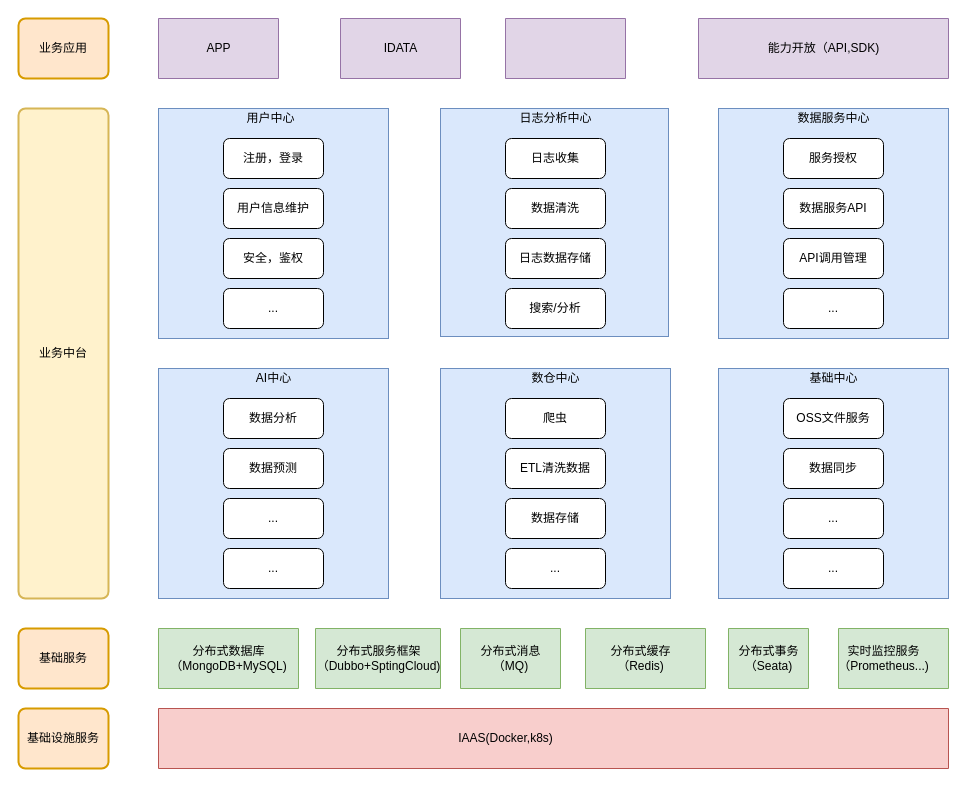
Before: Untitled Diagram.drawio in lucky-xin/doc, a draw.io diagram. Source tidied: cells renumbered, new cells numbered last; positions are measured from the earlier drawing's top-left corner, leaving out a move shared by most shapes. Both pictures are drawn from the tidied source at 100%, with x=0, y=0 at pixel (18, 18).
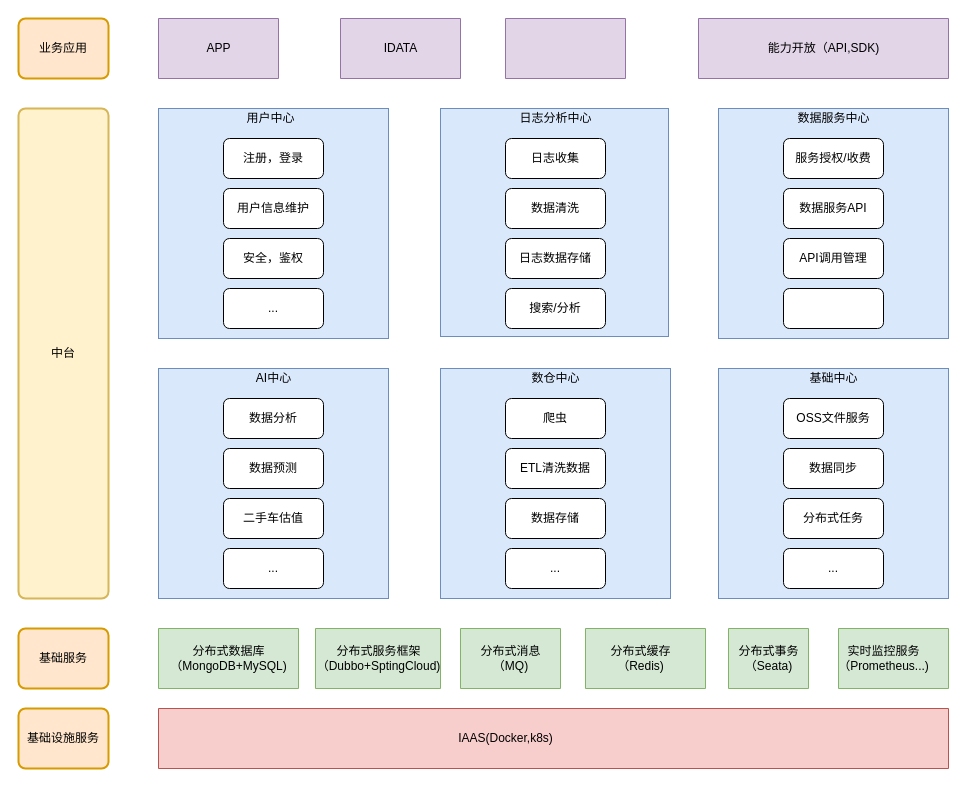
After the change.

What changed in the source:
```diff
@@
-    <mxCell id="17" value="..." style="rounded=1;whiteSpace=wrap;html=1;" parent="1" vertex="1">
+    <mxCell id="17" value="二手车估值" style="rounded=1;whiteSpace=wrap;html=1;" parent="1" vertex="1">
       <mxGeometry x="205" y="480" width="100" height="40" as="geometry" />
     </mxCell>
@@
-    <mxCell id="26" value="服务授权" style="rounded=1;whiteSpace=wrap;html=1;" parent="1" vertex="1">
+    <mxCell id="26" value="服务授权/收费" style="rounded=1;whiteSpace=wrap;html=1;" parent="1" vertex="1">
       <mxGeometry x="765" y="120" width="100" height="40" as="geometry" />
     </mxCell>
@@
-    <mxCell id="30" value="..." style="rounded=1;whiteSpace=wrap;html=1;" parent="1" vertex="1">
+    <mxCell id="30" style="rounded=1;whiteSpace=wrap;html=1;" parent="1" vertex="1">
       <mxGeometry x="765" y="270" width="100" height="40" as="geometry" />
     </mxCell>
-    <mxCell id="31" value="业务中台" style="rounded=1;whiteSpace=wrap;html=1;absoluteArcSize=1;arcSize=14;strokeWidth=2;fillColor=#fff2cc;strokeColor=#d6b656;" parent="1" vertex="1">
+    <mxCell id="31" value="中台" style="rounded=1;whiteSpace=wrap;html=1;absoluteArcSize=1;arcSize=14;strokeWidth=2;fillColor=#fff2cc;strokeColor=#d6b656;" parent="1" vertex="1">
       <mxGeometry y="90" width="90" height="490" as="geometry" />
     </mxCell>
@@
-    <mxCell id="36" value="..." style="rounded=1;whiteSpace=wrap;html=1;" parent="1" vertex="1">
+    <mxCell id="36" value="分布式任务" style="rounded=1;whiteSpace=wrap;html=1;" parent="1" vertex="1">
       <mxGeometry x="765" y="480" width="100" height="40" as="geometry" />
     </mxCell>
```
